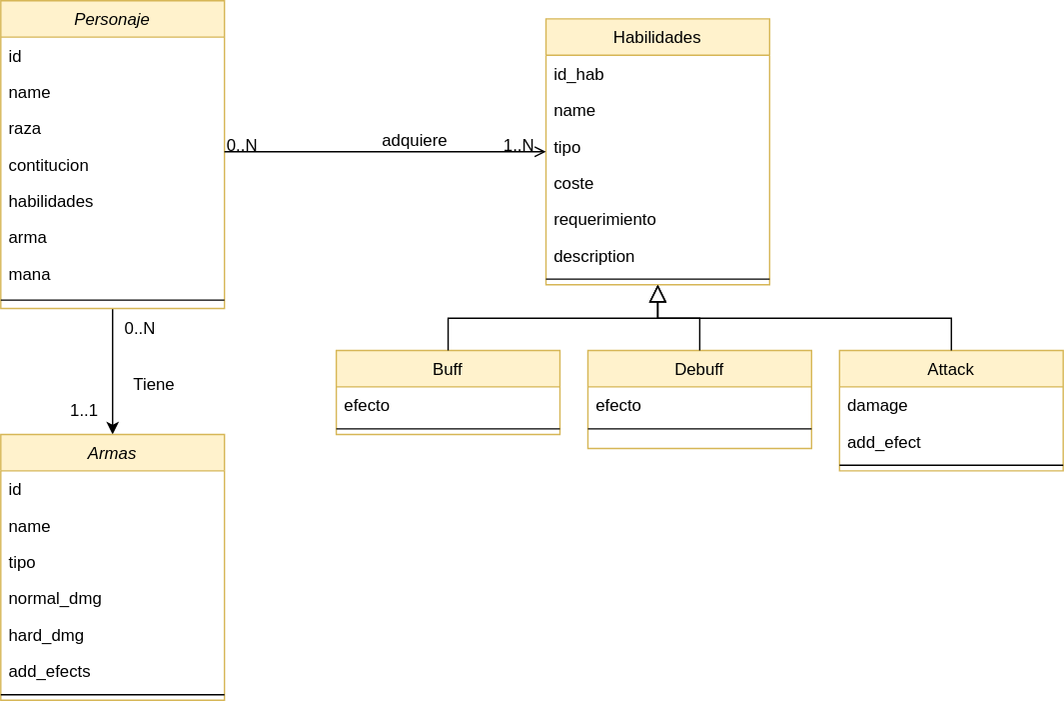
rayl-bot/war-simulator keeps this draw.io diagram as versions/g--v00/classd00.drawio.svg. Above is the earlier version. Source tidied: cells renumbered, new cells last; positions are measured from the earlier drawing's top-left corner, leaving out a move shared by most shapes. Source of this version:
```xml
<mxGraphModel>
  <root>
    <mxCell id="0" />
    <mxCell id="1" parent="0" />
    <mxCell id="2" style="edgeStyle=orthogonalEdgeStyle;rounded=0;jettySize=auto;html=1;entryX=0.5;entryY=0;entryDx=0;entryDy=0;" parent="1" edge="1" source="3" target="37">
      <mxGeometry relative="1" as="geometry" />
    </mxCell>
    <mxCell id="3" value="Personaje" style="swimlane;fontStyle=2;align=center;verticalAlign=top;horizontal=1;startSize=26;rounded=0;shadow=0;strokeWidth=1;fillColor=#fff2cc;strokeColor=#d6b656;swimlaneFillColor=default;" parent="1" vertex="1">
      <mxGeometry width="160" height="220" as="geometry" />
    </mxCell>
    <mxCell id="4" value="id" style="text;align=left;verticalAlign=top;spacingLeft=4;spacingRight=4;overflow=hidden;" parent="3" vertex="1">
      <mxGeometry y="26" width="160" height="26" as="geometry" />
    </mxCell>
    <mxCell id="5" value="name" style="text;align=left;verticalAlign=top;spacingLeft=4;spacingRight=4;overflow=hidden;rounded=0;shadow=0;html=0;" parent="3" vertex="1">
      <mxGeometry y="52" width="160" height="26" as="geometry" />
    </mxCell>
    <mxCell id="6" value="raza" style="text;align=left;verticalAlign=top;spacingLeft=4;spacingRight=4;overflow=hidden;rounded=0;shadow=0;html=0;" parent="3" vertex="1">
      <mxGeometry y="78" width="160" height="26" as="geometry" />
    </mxCell>
    <mxCell id="7" value="contitucion" style="text;align=left;verticalAlign=top;spacingLeft=4;spacingRight=4;overflow=hidden;points=[[0,0.5],[1,0.5]];portConstraint=eastwest;rounded=0;shadow=0;html=0;" parent="3" vertex="1">
      <mxGeometry y="104" width="160" height="26" as="geometry" />
    </mxCell>
    <mxCell id="8" value="habilidades" style="text;align=left;verticalAlign=top;spacingLeft=4;spacingRight=4;overflow=hidden;rounded=0;shadow=0;html=0;" parent="3" vertex="1">
      <mxGeometry y="130" width="160" height="26" as="geometry" />
    </mxCell>
    <mxCell id="9" value="arma" style="text;align=left;verticalAlign=top;spacingLeft=4;spacingRight=4;overflow=hidden;rounded=0;shadow=0;html=0;" parent="3" vertex="1">
      <mxGeometry y="156" width="160" height="26" as="geometry" />
    </mxCell>
    <mxCell id="10" value="mana" style="text;align=left;verticalAlign=top;spacingLeft=4;spacingRight=4;overflow=hidden;rounded=0;shadow=0;html=0;" parent="3" vertex="1">
      <mxGeometry y="182" width="160" height="26" as="geometry" />
    </mxCell>
    <mxCell id="11" style="line;html=1;strokeWidth=1;align=left;verticalAlign=middle;spacingTop=-1;spacingLeft=3;spacingRight=3;labelPosition=right;" parent="3" vertex="1">
      <mxGeometry y="208" width="160" height="12" as="geometry" />
    </mxCell>
    <mxCell id="12" value="Buff" style="swimlane;fontStyle=0;align=center;verticalAlign=top;horizontal=1;startSize=26;rounded=0;shadow=0;strokeWidth=1;fillColor=#fff2cc;strokeColor=#d6b656;swimlaneFillColor=default;" parent="1" vertex="1">
      <mxGeometry x="240" y="250" width="160" height="60" as="geometry" />
    </mxCell>
    <mxCell id="13" value="efecto" style="text;align=left;verticalAlign=top;spacingLeft=4;spacingRight=4;overflow=hidden;" parent="12" vertex="1">
      <mxGeometry y="26" width="160" height="26" as="geometry" />
    </mxCell>
    <mxCell id="14" style="line;html=1;strokeWidth=1;align=left;verticalAlign=middle;spacingTop=-1;spacingLeft=3;spacingRight=3;labelPosition=right;" parent="12" vertex="1">
      <mxGeometry y="52" width="160" height="8" as="geometry" />
    </mxCell>
    <mxCell id="15" style="endArrow=block;endSize=10;endFill=0;shadow=0;strokeWidth=1;rounded=0;edgeStyle=elbowEdgeStyle;elbow=vertical;entryX=0.5;entryY=1;entryDx=0;entryDy=0;" parent="1" edge="1" source="12" target="20">
      <mxGeometry relative="1" as="geometry" />
    </mxCell>
    <mxCell id="16" value="Debuff" style="swimlane;fontStyle=0;align=center;verticalAlign=top;horizontal=1;startSize=26;rounded=0;shadow=0;strokeWidth=1;fillColor=#fff2cc;strokeColor=#d6b656;swimlaneFillColor=default;" parent="1" vertex="1">
      <mxGeometry x="420" y="250" width="160" height="70" as="geometry" />
    </mxCell>
    <mxCell id="17" value="efecto" style="text;align=left;verticalAlign=top;spacingLeft=4;spacingRight=4;overflow=hidden;" parent="16" vertex="1">
      <mxGeometry y="26" width="160" height="26" as="geometry" />
    </mxCell>
    <mxCell id="18" style="line;html=1;strokeWidth=1;align=left;verticalAlign=middle;spacingTop=-1;spacingLeft=3;spacingRight=3;labelPosition=right;" parent="16" vertex="1">
      <mxGeometry y="52" width="160" height="8" as="geometry" />
    </mxCell>
    <mxCell id="19" style="endArrow=block;endSize=10;endFill=0;shadow=0;strokeWidth=1;rounded=0;edgeStyle=elbowEdgeStyle;elbow=vertical;entryX=0.5;entryY=1;entryDx=0;entryDy=0;" parent="1" edge="1" source="16" target="20">
      <mxGeometry relative="1" as="geometry" />
    </mxCell>
    <mxCell id="20" value="Habilidades" style="swimlane;fontStyle=0;align=center;verticalAlign=top;horizontal=1;startSize=26;rounded=0;shadow=0;strokeWidth=1;fillColor=#fff2cc;strokeColor=#d6b656;swimlaneFillColor=default;" parent="1" vertex="1">
      <mxGeometry x="390" y="13" width="160" height="190" as="geometry" />
    </mxCell>
    <mxCell id="21" value="id_hab &#10;" style="text;align=left;verticalAlign=top;spacingLeft=4;spacingRight=4;overflow=hidden;" parent="20" vertex="1">
      <mxGeometry y="26" width="160" height="26" as="geometry" />
    </mxCell>
    <mxCell id="22" value="name" style="text;align=left;verticalAlign=top;spacingLeft=4;spacingRight=4;overflow=hidden;rounded=0;shadow=0;html=0;" parent="20" vertex="1">
      <mxGeometry y="52" width="160" height="26" as="geometry" />
    </mxCell>
    <mxCell id="23" value="tipo" style="text;align=left;verticalAlign=top;spacingLeft=4;spacingRight=4;overflow=hidden;rounded=0;shadow=0;html=0;" parent="20" vertex="1">
      <mxGeometry y="78" width="160" height="26" as="geometry" />
    </mxCell>
    <mxCell id="24" value="coste" style="text;align=left;verticalAlign=top;spacingLeft=4;spacingRight=4;overflow=hidden;rounded=0;shadow=0;html=0;" parent="20" vertex="1">
      <mxGeometry y="104" width="160" height="26" as="geometry" />
    </mxCell>
    <mxCell id="25" value="requerimiento" style="text;align=left;verticalAlign=top;spacingLeft=4;spacingRight=4;overflow=hidden;rounded=0;shadow=0;html=0;" parent="20" vertex="1">
      <mxGeometry y="130" width="160" height="26" as="geometry" />
    </mxCell>
    <mxCell id="26" value="description" style="text;align=left;verticalAlign=top;spacingLeft=4;spacingRight=4;overflow=hidden;rounded=0;shadow=0;html=0;" parent="20" vertex="1">
      <mxGeometry y="156" width="160" height="26" as="geometry" />
    </mxCell>
    <mxCell id="27" style="line;html=1;strokeWidth=1;align=left;verticalAlign=middle;spacingTop=-1;spacingLeft=3;spacingRight=3;labelPosition=right;" parent="20" vertex="1">
      <mxGeometry y="182" width="160" height="8" as="geometry" />
    </mxCell>
    <mxCell id="28" style="endArrow=open;shadow=0;strokeWidth=1;rounded=0;endFill=1;edgeStyle=elbowEdgeStyle;elbow=vertical;" parent="1" edge="1" source="3" target="20">
      <mxGeometry x="0.5" y="41" relative="1" as="geometry">
        <mxPoint x="-40" y="32" as="offset" />
      </mxGeometry>
    </mxCell>
    <mxCell id="29" value="0..N" style="align=left;verticalAlign=bottom;labelBackgroundColor=none;fontSize=12;" parent="28" vertex="1">
      <mxGeometry x="-1" relative="1" as="geometry">
        <mxPoint y="4" as="offset" />
      </mxGeometry>
    </mxCell>
    <mxCell id="30" value="1..N" style="align=right;verticalAlign=bottom;labelBackgroundColor=none;fontSize=12;" parent="28" vertex="1">
      <mxGeometry x="1" relative="1" as="geometry">
        <mxPoint x="-7" y="4" as="offset" />
      </mxGeometry>
    </mxCell>
    <mxCell id="31" value="adquiere" style="text;html=1;align=center;verticalAlign=middle;labelBackgroundColor=none;rounded=0;shadow=0;strokeWidth=1;fontSize=12;" parent="28" vertex="1">
      <mxGeometry x="0.5" y="49" relative="1" as="geometry">
        <mxPoint x="-38" y="40" as="offset" />
      </mxGeometry>
    </mxCell>
    <mxCell id="32" value="Attack" style="swimlane;fontStyle=0;align=center;verticalAlign=top;horizontal=1;startSize=26;rounded=0;shadow=0;strokeWidth=1;fillColor=#fff2cc;strokeColor=#d6b656;swimlaneFillColor=default;" parent="1" vertex="1">
      <mxGeometry x="600" y="250" width="160" height="86" as="geometry" />
    </mxCell>
    <mxCell id="33" value="damage" style="text;align=left;verticalAlign=top;spacingLeft=4;spacingRight=4;overflow=hidden;" parent="32" vertex="1">
      <mxGeometry y="26" width="160" height="26" as="geometry" />
    </mxCell>
    <mxCell id="34" value="add_efect" style="text;align=left;verticalAlign=top;spacingLeft=4;spacingRight=4;overflow=hidden;" parent="32" vertex="1">
      <mxGeometry y="52" width="160" height="26" as="geometry" />
    </mxCell>
    <mxCell id="35" style="line;html=1;strokeWidth=1;align=left;verticalAlign=middle;spacingTop=-1;spacingLeft=3;spacingRight=3;labelPosition=right;" parent="32" vertex="1">
      <mxGeometry y="78" width="160" height="8" as="geometry" />
    </mxCell>
    <mxCell id="36" style="endArrow=block;endSize=10;endFill=0;shadow=0;strokeWidth=1;rounded=0;edgeStyle=elbowEdgeStyle;elbow=vertical;entryX=0.5;entryY=1;entryDx=0;entryDy=0;" parent="1" edge="1" source="32" target="20">
      <mxGeometry relative="1" as="geometry" />
    </mxCell>
    <mxCell id="37" value="Armas" style="swimlane;fontStyle=2;align=center;verticalAlign=top;horizontal=1;startSize=26;rounded=0;shadow=0;strokeWidth=1;fillColor=#fff2cc;strokeColor=#d6b656;swimlaneFillColor=default;" parent="1" vertex="1">
      <mxGeometry y="310" width="160" height="190" as="geometry" />
    </mxCell>
    <mxCell id="38" value="id" style="text;align=left;verticalAlign=top;spacingLeft=4;spacingRight=4;overflow=hidden;" parent="37" vertex="1">
      <mxGeometry y="26" width="160" height="26" as="geometry" />
    </mxCell>
    <mxCell id="39" value="name" style="text;align=left;verticalAlign=top;spacingLeft=4;spacingRight=4;overflow=hidden;rounded=0;shadow=0;html=0;" parent="37" vertex="1">
      <mxGeometry y="52" width="160" height="26" as="geometry" />
    </mxCell>
    <mxCell id="40" value="tipo" style="text;align=left;verticalAlign=top;spacingLeft=4;spacingRight=4;overflow=hidden;rounded=0;shadow=0;html=0;" parent="37" vertex="1">
      <mxGeometry y="78" width="160" height="26" as="geometry" />
    </mxCell>
    <mxCell id="41" value="normal_dmg" style="text;align=left;verticalAlign=top;spacingLeft=4;spacingRight=4;overflow=hidden;rounded=0;shadow=0;html=0;" parent="37" vertex="1">
      <mxGeometry y="104" width="160" height="26" as="geometry" />
    </mxCell>
    <mxCell id="42" value="hard_dmg" style="text;align=left;verticalAlign=top;spacingLeft=4;spacingRight=4;overflow=hidden;rounded=0;shadow=0;html=0;" parent="37" vertex="1">
      <mxGeometry y="130" width="160" height="26" as="geometry" />
    </mxCell>
    <mxCell id="43" value="add_efects" style="text;align=left;verticalAlign=top;spacingLeft=4;spacingRight=4;overflow=hidden;rounded=0;shadow=0;html=0;" parent="37" vertex="1">
      <mxGeometry y="156" width="160" height="26" as="geometry" />
    </mxCell>
    <mxCell id="44" style="line;html=1;strokeWidth=1;align=left;verticalAlign=middle;spacingTop=-1;spacingLeft=3;spacingRight=3;labelPosition=right;" parent="37" vertex="1">
      <mxGeometry y="182" width="160" height="8" as="geometry" />
    </mxCell>
    <mxCell id="45" value="0..N" style="text;html=1;strokeColor=none;fillColor=none;align=center;verticalAlign=middle;whiteSpace=wrap;rounded=0;" parent="1" vertex="1">
      <mxGeometry x="70" y="220" width="60" height="30" as="geometry" />
    </mxCell>
    <mxCell id="46" value="Tiene" style="text;html=1;strokeColor=none;fillColor=none;align=center;verticalAlign=middle;whiteSpace=wrap;rounded=0;" parent="1" vertex="1">
      <mxGeometry x="80" y="260" width="60" height="30" as="geometry" />
    </mxCell>
    <mxCell id="47" value="1..1" style="text;html=1;strokeColor=none;fillColor=none;align=center;verticalAlign=middle;whiteSpace=wrap;rounded=0;" parent="1" vertex="1">
      <mxGeometry x="30" y="278" width="60" height="30" as="geometry" />
    </mxCell>
  </root>
</mxGraphModel>
```
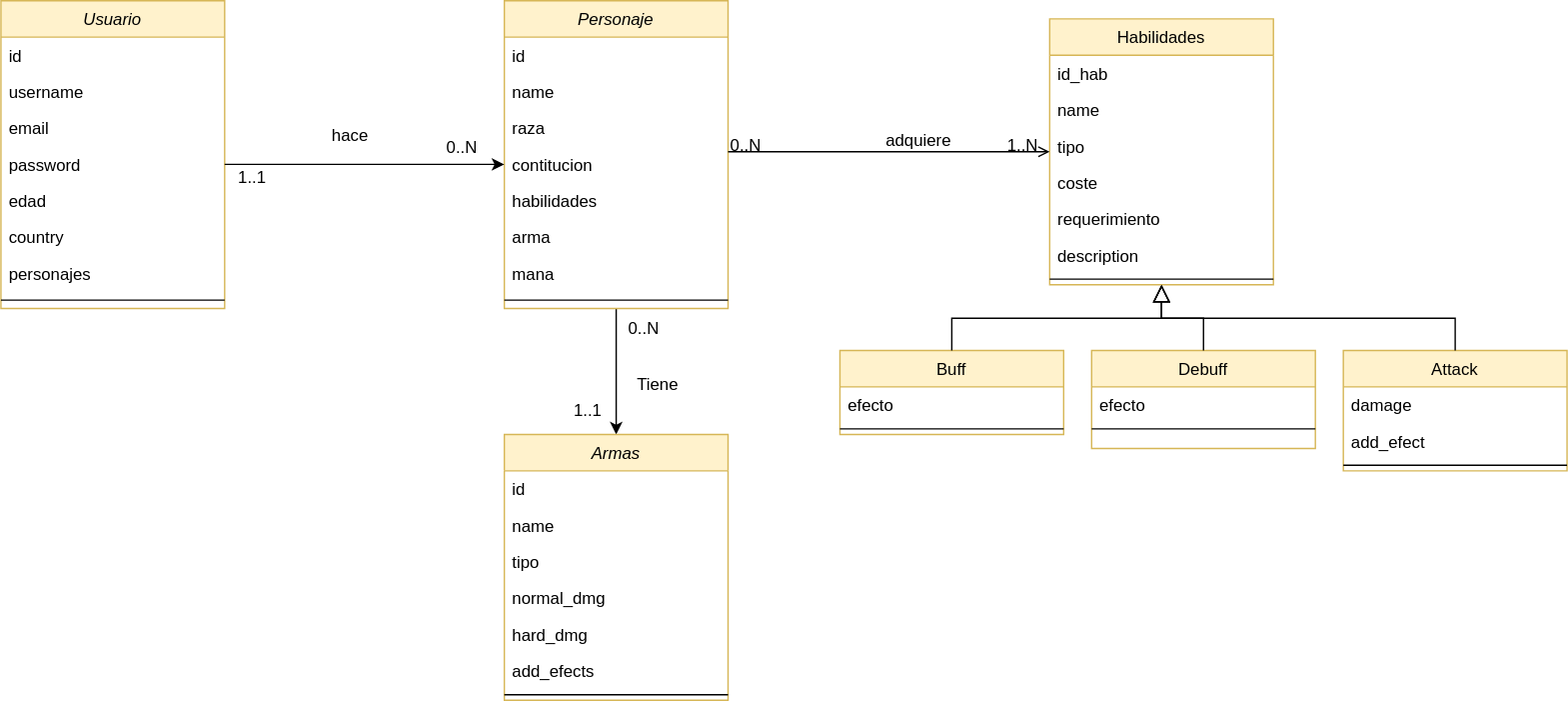
The same file after the commit.

The edit, as a diff of the source:
```diff
@@ -148,5 +148,44 @@
     <mxCell id="47" value="1..1" style="text;html=1;strokeColor=none;fillColor=none;align=center;verticalAlign=middle;whiteSpace=wrap;rounded=0;" parent="1" vertex="1">
       <mxGeometry x="30" y="278" width="60" height="30" as="geometry" />
     </mxCell>
+    <mxCell id="48" value="Usuario" style="swimlane;fontStyle=2;align=center;verticalAlign=top;horizontal=1;startSize=26;rounded=0;shadow=0;strokeWidth=1;fillColor=#fff2cc;strokeColor=#d6b656;swimlaneFillColor=default;" parent="1" vertex="1">
+      <mxGeometry x="-360" width="160" height="220" as="geometry" />
+    </mxCell>
+    <mxCell id="49" value="id" style="text;align=left;verticalAlign=top;spacingLeft=4;spacingRight=4;overflow=hidden;" parent="48" vertex="1">
+      <mxGeometry y="26" width="160" height="26" as="geometry" />
+    </mxCell>
+    <mxCell id="50" value="username" style="text;align=left;verticalAlign=top;spacingLeft=4;spacingRight=4;overflow=hidden;rounded=0;shadow=0;html=0;" parent="48" vertex="1">
+      <mxGeometry y="52" width="160" height="26" as="geometry" />
+    </mxCell>
+    <mxCell id="51" value="email" style="text;align=left;verticalAlign=top;spacingLeft=4;spacingRight=4;overflow=hidden;rounded=0;shadow=0;html=0;" parent="48" vertex="1">
+      <mxGeometry y="78" width="160" height="26" as="geometry" />
+    </mxCell>
+    <mxCell id="52" value="password" style="text;align=left;verticalAlign=top;spacingLeft=4;spacingRight=4;overflow=hidden;points=[[0,0.5],[1,0.5]];portConstraint=eastwest;rounded=0;shadow=0;html=0;" parent="48" vertex="1">
+      <mxGeometry y="104" width="160" height="26" as="geometry" />
+    </mxCell>
+    <mxCell id="53" value="edad" style="text;align=left;verticalAlign=top;spacingLeft=4;spacingRight=4;overflow=hidden;rounded=0;shadow=0;html=0;" parent="48" vertex="1">
+      <mxGeometry y="130" width="160" height="26" as="geometry" />
+    </mxCell>
+    <mxCell id="54" value="country" style="text;align=left;verticalAlign=top;spacingLeft=4;spacingRight=4;overflow=hidden;rounded=0;shadow=0;html=0;" parent="48" vertex="1">
+      <mxGeometry y="156" width="160" height="26" as="geometry" />
+    </mxCell>
+    <mxCell id="55" value="personajes" style="text;align=left;verticalAlign=top;spacingLeft=4;spacingRight=4;overflow=hidden;rounded=0;shadow=0;html=0;" parent="48" vertex="1">
+      <mxGeometry y="182" width="160" height="26" as="geometry" />
+    </mxCell>
+    <mxCell id="56" style="line;html=1;strokeWidth=1;align=left;verticalAlign=middle;spacingTop=-1;spacingLeft=3;spacingRight=3;labelPosition=right;" parent="48" vertex="1">
+      <mxGeometry y="208" width="160" height="12" as="geometry" />
+    </mxCell>
+    <mxCell id="57" style="edgeStyle=orthogonalEdgeStyle;rounded=0;jettySize=auto;html=1;exitX=1;exitY=0.5;exitDx=0;exitDy=0;entryX=0;entryY=0.5;entryDx=0;entryDy=0;" parent="1" edge="1" source="52" target="7">
+      <mxGeometry relative="1" as="geometry" />
+    </mxCell>
+    <mxCell id="58" value="hace" style="text;html=1;strokeColor=none;fillColor=none;align=center;verticalAlign=middle;whiteSpace=wrap;rounded=0;" parent="1" vertex="1">
+      <mxGeometry x="-140" y="82" width="60" height="30" as="geometry" />
+    </mxCell>
+    <mxCell id="59" value="1..1" style="text;html=1;strokeColor=none;fillColor=none;align=center;verticalAlign=middle;whiteSpace=wrap;rounded=0;" parent="1" vertex="1">
+      <mxGeometry x="-210" y="112" width="60" height="30" as="geometry" />
+    </mxCell>
+    <mxCell id="60" value="0..N" style="text;html=1;strokeColor=none;fillColor=none;align=center;verticalAlign=middle;whiteSpace=wrap;rounded=0;" parent="1" vertex="1">
+      <mxGeometry x="-60" y="90" width="60" height="30" as="geometry" />
+    </mxCell>
   </root>
 </mxGraphModel>
```
